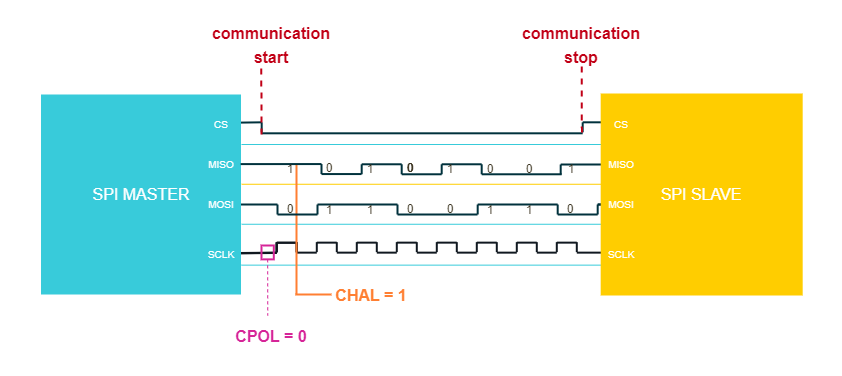
Before: draw.io/PE Articles/General knowledge/Fundamentals/SPI 101 A Beginner's Guide To Serial Communication/Mode 1 (PE).png, a diagram exported from draw.io (PLAY-Embedded/pe_assets). Source tidied: cells renumbered, new cells last; positions are measured from the earlier drawing's top-left corner, leaving out a move shared by most shapes.
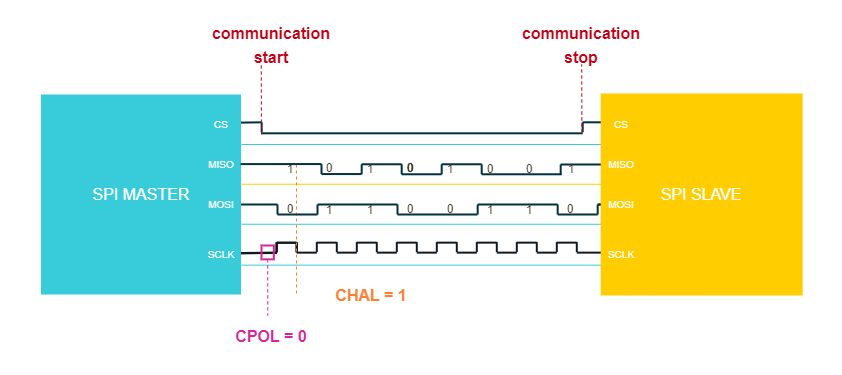
The same file after the commit.

What changed in the source:
```diff
@@ -346,7 +346,7 @@
         <mxPoint x="600.2" y="169.8" as="targetPoint" />
       </mxGeometry>
     </mxCell>
-    <mxCell id="65" style="endArrow=none;dashed=1;html=1;strokeWidth=2;rounded=0;strokeColor=#C10016;fontFamily=Arial;fontSize=10;fontColor=#FFFFFF;fillColor=#C10016;startArrow=none;startFill=0;entryX=0.449;entryY=1.025;entryDx=0;entryDy=0;entryPerimeter=0;" parent="1" edge="1" target="72">
+    <mxCell id="65" style="endArrow=none;dashed=1;html=1;strokeWidth=1;rounded=0;strokeColor=#C10016;fontFamily=Arial;fontSize=10;fontColor=#FFFFFF;fillColor=#C10016;startArrow=none;startFill=0;entryX=0.449;entryY=1.025;entryDx=0;entryDy=0;entryPerimeter=0;" parent="1" edge="1" target="72">
       <mxGeometry relative="1" as="geometry">
         <mxPoint x="260" y="120" as="sourcePoint" />
       </mxGeometry>
@@ -375,7 +375,7 @@
     <mxCell id="73" value="&lt;p style=&quot;line-height: 110%;&quot;&gt;&lt;font style=&quot;font-size: 16px;&quot; color=&quot;#c10016&quot;&gt;&lt;b&gt;communication&lt;br&gt;stop&lt;/b&gt;&lt;/font&gt;&lt;/p&gt;" style="rounded=0;whiteSpace=wrap;html=1;strokeColor=none;strokeWidth=2;fontFamily=Arial;fontSize=20;fontColor=#101820;fillColor=none;" parent="1" vertex="1">
       <mxGeometry x="480.2" y="10" width="200" height="40" as="geometry" />
     </mxCell>
-    <mxCell id="74" style="endArrow=none;dashed=1;html=1;strokeWidth=2;rounded=0;strokeColor=#C10016;fontFamily=Arial;fontSize=10;fontColor=#FFFFFF;fillColor=#C10016;startArrow=none;startFill=0;entryX=0.449;entryY=1.025;entryDx=0;entryDy=0;entryPerimeter=0;" parent="1" edge="1">
+    <mxCell id="74" style="endArrow=none;dashed=1;html=1;strokeWidth=1;rounded=0;strokeColor=#C10016;fontFamily=Arial;fontSize=10;fontColor=#FFFFFF;fillColor=#C10016;startArrow=none;startFill=0;entryX=0.449;entryY=1.025;entryDx=0;entryDy=0;entryPerimeter=0;" parent="1" edge="1">
       <mxGeometry x="0.43" y="-130" relative="1" as="geometry">
         <mxPoint x="580.4" y="118" as="sourcePoint" />
         <mxPoint x="580.2" y="50" as="targetPoint" />
@@ -392,14 +392,7 @@
     <mxCell id="77" value="&lt;b style=&quot;border-color: var(--border-color); font-size: 16px;&quot;&gt;&lt;font color=&quot;#ff7f32&quot;&gt;CHAL = 1&lt;/font&gt;&lt;/b&gt;" style="rounded=0;whiteSpace=wrap;html=1;strokeColor=none;strokeWidth=2;fontFamily=Arial;fontSize=20;fontColor=#101820;fillColor=none;" parent="1" vertex="1">
       <mxGeometry x="330" y="258.9" width="80" height="40" as="geometry" />
     </mxCell>
-    <mxCell id="78" style="endArrow=none;html=1;rounded=0;strokeColor=#FF7F32;strokeWidth=2;fontFamily=Arial;fontSize=20;fontColor=#C10016;fillColor=#FF7F32;" parent="1" edge="1">
-      <mxGeometry x="-1" y="45" relative="1" as="geometry">
-        <mxPoint x="294" y="280" as="sourcePoint" />
-        <mxPoint x="330" y="280" as="targetPoint" />
-        <mxPoint x="-5" y="-20" as="offset" />
-      </mxGeometry>
-    </mxCell>
-    <mxCell id="79" style="endArrow=none;html=1;rounded=0;strokeColor=#FF7F32;strokeWidth=2;fontFamily=Arial;fontSize=20;fontColor=#C10016;fillColor=#FF7F32;" parent="1" edge="1">
+    <mxCell id="79" style="endArrow=none;html=1;rounded=0;strokeColor=#FF7F32;strokeWidth=1;fontFamily=Arial;fontSize=20;fontColor=#C10016;fillColor=#FF7F32;dashed=1;" parent="1" edge="1">
       <mxGeometry x="-1" y="45" relative="1" as="geometry">
         <mxPoint x="295" y="150" as="sourcePoint" />
         <mxPoint x="295" y="280.3" as="targetPoint" />
```
